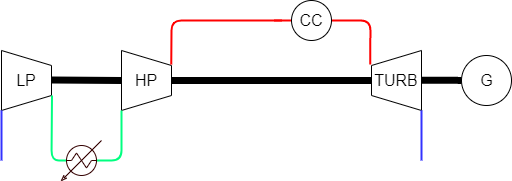
The draw.io diagram Chapitre_5/Images/IGT.png in Boreas3/TFE, before a commit. Source tidied: cells renumbered, new cells last; positions are measured from the earlier drawing's top-left corner, leaving out a move shared by most shapes. The source it was exported from:
```xml
<mxGraphModel>
  <root>
    <mxCell id="0" />
    <mxCell id="1" parent="0" />
    <mxCell id="2" style="verticalLabelPosition=bottom;align=center;dashed=0;html=1;verticalAlign=top;shape=mxgraph.pid.piping.concentric_reducer;" parent="1" vertex="1">
      <mxGeometry x="120" y="50" width="50" height="60" as="geometry" />
    </mxCell>
    <mxCell id="3" style="verticalLabelPosition=bottom;align=center;dashed=0;html=1;verticalAlign=top;shape=mxgraph.pid.piping.concentric_reducer;direction=west;" parent="1" vertex="1">
      <mxGeometry x="370" y="50" width="50" height="60" as="geometry" />
    </mxCell>
    <mxCell id="4" style="endArrow=none;html=1;strokeWidth=2;entryX=1.026;entryY=0.768;entryDx=0;entryDy=0;entryPerimeter=0;exitX=1;exitY=0.5;exitDx=0;exitDy=0;strokeColor=#FF0000;" parent="1" edge="1" target="3">
      <mxGeometry relative="1" as="geometry">
        <mxPoint x="330" y="20" as="sourcePoint" />
        <Array as="points">
          <mxPoint x="369" y="20" />
        </Array>
      </mxGeometry>
    </mxCell>
    <mxCell id="5" value="HP" style="text;html=1;strokeColor=none;fillColor=none;align=center;verticalAlign=middle;whiteSpace=wrap;rounded=0;fontSize=16;" parent="1" vertex="1">
      <mxGeometry x="125" y="70" width="40" height="20" as="geometry" />
    </mxCell>
    <mxCell id="6" value="TURB" style="text;html=1;strokeColor=none;fillColor=none;align=center;verticalAlign=middle;whiteSpace=wrap;rounded=0;fontSize=16;" parent="1" vertex="1">
      <mxGeometry x="375" y="70" width="40" height="20" as="geometry" />
    </mxCell>
    <mxCell id="7" style="endArrow=none;html=1;strokeWidth=2;strokeColor=#00FF80;exitX=0.876;exitY=0.5;exitDx=0;exitDy=0;exitPerimeter=0;" parent="1" edge="1">
      <mxGeometry relative="1" as="geometry">
        <mxPoint x="95" y="160" as="sourcePoint" />
        <mxPoint x="120" y="110" as="targetPoint" />
        <Array as="points">
          <mxPoint x="120" y="160" />
        </Array>
      </mxGeometry>
    </mxCell>
    <mxCell id="8" style="endArrow=none;html=1;strokeColor=#FF0000;strokeWidth=2;" parent="1" edge="1">
      <mxGeometry relative="1" as="geometry">
        <mxPoint x="273" y="20" as="sourcePoint" />
        <mxPoint x="290" y="20" as="targetPoint" />
      </mxGeometry>
    </mxCell>
    <mxCell id="9" style="endArrow=none;html=1;strokeWidth=2;entryX=1.026;entryY=0.768;entryDx=0;entryDy=0;entryPerimeter=0;strokeColor=#FF0000;" parent="1" edge="1">
      <mxGeometry relative="1" as="geometry">
        <mxPoint x="280" y="20" as="sourcePoint" />
        <mxPoint x="169.7" y="63.9" as="targetPoint" />
        <Array as="points">
          <mxPoint x="170" y="20" />
        </Array>
      </mxGeometry>
    </mxCell>
    <mxCell id="10" style="endArrow=none;html=1;exitX=1;exitY=0.5;exitDx=0;exitDy=0;exitPerimeter=0;entryX=1;entryY=0.5;entryDx=0;entryDy=0;entryPerimeter=0;jumpSize=6;strokeWidth=7;" parent="1" edge="1" source="2" target="3">
      <mxGeometry relative="1" as="geometry" />
    </mxCell>
    <mxCell id="11" value="G" style="dashed=0;align=center;html=1;shape=mxgraph.pid.engines.generator;fontSize=16;" parent="1" vertex="1">
      <mxGeometry x="460" y="55" width="50" height="50" as="geometry" />
    </mxCell>
    <mxCell id="12" style="endArrow=none;html=1;jumpSize=6;strokeWidth=7;" parent="1" edge="1">
      <mxGeometry relative="1" as="geometry">
        <mxPoint x="420" y="79.7" as="sourcePoint" />
        <mxPoint x="460" y="80" as="targetPoint" />
        <Array as="points">
          <mxPoint x="450" y="79.7" />
        </Array>
      </mxGeometry>
    </mxCell>
    <mxCell id="13" style="endArrow=none;html=1;strokeWidth=2;strokeColor=#3333FF;" parent="1" edge="1">
      <mxGeometry relative="1" as="geometry">
        <mxPoint x="420" y="160" as="sourcePoint" />
        <mxPoint x="420" y="110" as="targetPoint" />
      </mxGeometry>
    </mxCell>
    <mxCell id="14" style="verticalLabelPosition=bottom;align=center;dashed=0;html=1;verticalAlign=top;shape=mxgraph.pid.piping.concentric_reducer;" parent="1" vertex="1">
      <mxGeometry y="50" width="50" height="60" as="geometry" />
    </mxCell>
    <mxCell id="15" value="LP" style="text;html=1;strokeColor=none;fillColor=none;align=center;verticalAlign=middle;whiteSpace=wrap;rounded=0;fontSize=16;" parent="1" vertex="1">
      <mxGeometry x="5" y="70" width="40" height="20" as="geometry" />
    </mxCell>
    <mxCell id="16" style="endArrow=none;html=1;strokeWidth=2;strokeColor=#3333FF;" parent="1" edge="1">
      <mxGeometry relative="1" as="geometry">
        <mxPoint y="160" as="sourcePoint" />
        <mxPoint y="110" as="targetPoint" />
      </mxGeometry>
    </mxCell>
    <mxCell id="17" style="endArrow=none;html=1;strokeWidth=2;strokeColor=#00FF80;exitX=0.124;exitY=0.5;exitDx=0;exitDy=0;exitPerimeter=0;entryX=1.01;entryY=0.75;entryDx=0;entryDy=0;entryPerimeter=0;" parent="1" edge="1" target="14">
      <mxGeometry relative="1" as="geometry">
        <mxPoint x="65" y="160" as="sourcePoint" />
        <Array as="points">
          <mxPoint x="50" y="160" />
        </Array>
      </mxGeometry>
    </mxCell>
    <mxCell id="18" style="shape=mxgraph.pid.heat_exchangers.heater;html=1;align=center;verticalLabelPosition=bottom;verticalAlign=top;dashed=0;strokeColor=#330000;fontSize=16;" parent="1" vertex="1">
      <mxGeometry x="60" y="140" width="40" height="40" as="geometry" />
    </mxCell>
    <mxCell id="19" style="endArrow=none;html=1;exitX=1;exitY=0.5;exitDx=0;exitDy=0;exitPerimeter=0;jumpSize=6;strokeWidth=7;" parent="1" edge="1">
      <mxGeometry relative="1" as="geometry">
        <mxPoint x="50" y="79.5" as="sourcePoint" />
        <mxPoint x="120" y="80" as="targetPoint" />
      </mxGeometry>
    </mxCell>
    <mxCell id="20" style="ellipse;whiteSpace=wrap;html=1;" parent="1" vertex="1">
      <mxGeometry x="290" width="40" height="40" as="geometry" />
    </mxCell>
    <mxCell id="21" value="CC" style="text;html=1;strokeColor=none;fillColor=none;align=center;verticalAlign=middle;whiteSpace=wrap;rounded=0;fontSize=16;" parent="1" vertex="1">
      <mxGeometry x="290" y="10" width="40" height="20" as="geometry" />
    </mxCell>
  </root>
</mxGraphModel>
```
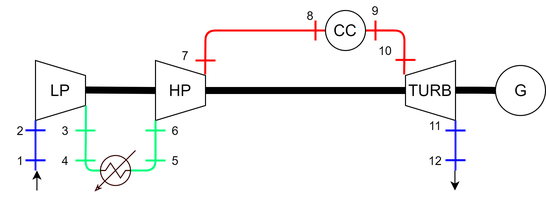
The same file after the commit.

Change to the diagram source:
```diff
@@ -102,5 +102,131 @@
     <mxCell id="21" value="CC" style="text;html=1;strokeColor=none;fillColor=none;align=center;verticalAlign=middle;whiteSpace=wrap;rounded=0;fontSize=16;" parent="1" vertex="1">
       <mxGeometry x="290" y="10" width="40" height="20" as="geometry" />
     </mxCell>
+    <mxCell id="22" style="endArrow=none;html=1;strokeColor=#0000FF;strokeWidth=2;" parent="1" edge="1">
+      <mxGeometry relative="1" as="geometry">
+        <mxPoint x="-10" y="149.8" as="sourcePoint" />
+        <mxPoint x="10" y="149.8" as="targetPoint" />
+        <Array as="points">
+          <mxPoint y="149.8" />
+        </Array>
+      </mxGeometry>
+    </mxCell>
+    <mxCell id="23" value="1" style="text;html=1;strokeColor=none;fillColor=none;align=center;verticalAlign=middle;whiteSpace=wrap;rounded=0;" parent="1" vertex="1">
+      <mxGeometry x="-35" y="140" width="40" height="20" as="geometry" />
+    </mxCell>
+    <mxCell id="24" style="endArrow=none;html=1;strokeColor=#0000FF;strokeWidth=2;" parent="1" edge="1">
+      <mxGeometry relative="1" as="geometry">
+        <mxPoint x="-10" y="119.8" as="sourcePoint" />
+        <mxPoint x="10" y="119.8" as="targetPoint" />
+        <Array as="points">
+          <mxPoint y="119.8" />
+        </Array>
+      </mxGeometry>
+    </mxCell>
+    <mxCell id="25" value="2" style="text;html=1;strokeColor=none;fillColor=none;align=center;verticalAlign=middle;whiteSpace=wrap;rounded=0;" parent="1" vertex="1">
+      <mxGeometry x="-35" y="110" width="40" height="20" as="geometry" />
+    </mxCell>
+    <mxCell id="26" style="endArrow=none;html=1;strokeColor=#00FF80;strokeWidth=2;" parent="1" edge="1">
+      <mxGeometry relative="1" as="geometry">
+        <mxPoint x="40" y="120" as="sourcePoint" />
+        <mxPoint x="60" y="120" as="targetPoint" />
+      </mxGeometry>
+    </mxCell>
+    <mxCell id="27" style="endArrow=none;html=1;strokeColor=#00FF80;strokeWidth=2;" parent="1" edge="1">
+      <mxGeometry relative="1" as="geometry">
+        <mxPoint x="40" y="150" as="sourcePoint" />
+        <mxPoint x="60" y="150" as="targetPoint" />
+      </mxGeometry>
+    </mxCell>
+    <mxCell id="28" style="endArrow=none;html=1;strokeColor=#00FF80;strokeWidth=2;" parent="1" edge="1">
+      <mxGeometry relative="1" as="geometry">
+        <mxPoint x="110" y="150" as="sourcePoint" />
+        <mxPoint x="130" y="150" as="targetPoint" />
+      </mxGeometry>
+    </mxCell>
+    <mxCell id="29" style="endArrow=none;html=1;strokeColor=#00FF80;strokeWidth=2;" parent="1" edge="1">
+      <mxGeometry relative="1" as="geometry">
+        <mxPoint x="110" y="120" as="sourcePoint" />
+        <mxPoint x="130" y="120" as="targetPoint" />
+      </mxGeometry>
+    </mxCell>
+    <mxCell id="30" value="3" style="text;html=1;strokeColor=none;fillColor=none;align=center;verticalAlign=middle;whiteSpace=wrap;rounded=0;" parent="1" vertex="1">
+      <mxGeometry x="10" y="110" width="40" height="20" as="geometry" />
+    </mxCell>
+    <mxCell id="31" value="4" style="text;html=1;strokeColor=none;fillColor=none;align=center;verticalAlign=middle;whiteSpace=wrap;rounded=0;" parent="1" vertex="1">
+      <mxGeometry x="10" y="140" width="40" height="20" as="geometry" />
+    </mxCell>
+    <mxCell id="32" value="5" style="text;html=1;strokeColor=none;fillColor=none;align=center;verticalAlign=middle;whiteSpace=wrap;rounded=0;" parent="1" vertex="1">
+      <mxGeometry x="120" y="140" width="40" height="20" as="geometry" />
+    </mxCell>
+    <mxCell id="33" value="6" style="text;html=1;strokeColor=none;fillColor=none;align=center;verticalAlign=middle;whiteSpace=wrap;rounded=0;" parent="1" vertex="1">
+      <mxGeometry x="120" y="110" width="40" height="20" as="geometry" />
+    </mxCell>
+    <mxCell id="34" style="endArrow=none;html=1;strokeColor=#FF0000;strokeWidth=2;" parent="1" edge="1">
+      <mxGeometry relative="1" as="geometry">
+        <mxPoint x="160" y="50" as="sourcePoint" />
+        <mxPoint x="180" y="50" as="targetPoint" />
+      </mxGeometry>
+    </mxCell>
+    <mxCell id="35" style="endArrow=none;html=1;strokeColor=#FF0000;strokeWidth=2;" parent="1" edge="1">
+      <mxGeometry relative="1" as="geometry">
+        <mxPoint x="280" y="10" as="sourcePoint" />
+        <mxPoint x="280" y="30" as="targetPoint" />
+      </mxGeometry>
+    </mxCell>
+    <mxCell id="36" value="7" style="text;html=1;strokeColor=none;fillColor=none;align=center;verticalAlign=middle;whiteSpace=wrap;rounded=0;" parent="1" vertex="1">
+      <mxGeometry x="130" y="35" width="40" height="20" as="geometry" />
+    </mxCell>
+    <mxCell id="37" value="8" style="text;html=1;strokeColor=none;fillColor=none;align=center;verticalAlign=middle;whiteSpace=wrap;rounded=0;" parent="1" vertex="1">
+      <mxGeometry x="255" y="-5" width="40" height="20" as="geometry" />
+    </mxCell>
+    <mxCell id="38" style="endArrow=none;html=1;strokeColor=#FF0000;strokeWidth=2;" parent="1" edge="1">
+      <mxGeometry relative="1" as="geometry">
+        <mxPoint x="340" y="10" as="sourcePoint" />
+        <mxPoint x="340" y="30" as="targetPoint" />
+      </mxGeometry>
+    </mxCell>
+    <mxCell id="39" style="endArrow=none;html=1;strokeColor=#FF0000;strokeWidth=2;" parent="1" edge="1">
+      <mxGeometry relative="1" as="geometry">
+        <mxPoint x="360" y="49.4" as="sourcePoint" />
+        <mxPoint x="380" y="49.4" as="targetPoint" />
+      </mxGeometry>
+    </mxCell>
+    <mxCell id="40" value="9" style="text;html=1;strokeColor=none;fillColor=none;align=center;verticalAlign=middle;whiteSpace=wrap;rounded=0;" parent="1" vertex="1">
+      <mxGeometry x="320" y="-10" width="40" height="20" as="geometry" />
+    </mxCell>
+    <mxCell id="41" value="10" style="text;html=1;strokeColor=none;fillColor=none;align=center;verticalAlign=middle;whiteSpace=wrap;rounded=0;" parent="1" vertex="1">
+      <mxGeometry x="330" y="30" width="40" height="20" as="geometry" />
+    </mxCell>
+    <mxCell id="42" style="endArrow=none;html=1;strokeColor=#0000FF;strokeWidth=2;" parent="1" edge="1">
+      <mxGeometry relative="1" as="geometry">
+        <mxPoint x="410" y="120" as="sourcePoint" />
+        <mxPoint x="430" y="120" as="targetPoint" />
+      </mxGeometry>
+    </mxCell>
+    <mxCell id="43" value="11" style="text;html=1;strokeColor=none;fillColor=none;align=center;verticalAlign=middle;whiteSpace=wrap;rounded=0;" parent="1" vertex="1">
+      <mxGeometry x="380" y="105" width="40" height="20" as="geometry" />
+    </mxCell>
+    <mxCell id="44" style="endArrow=none;html=1;strokeColor=#0000FF;strokeWidth=2;" parent="1" edge="1">
+      <mxGeometry relative="1" as="geometry">
+        <mxPoint x="410" y="149.7" as="sourcePoint" />
+        <mxPoint x="430" y="149.7" as="targetPoint" />
+      </mxGeometry>
+    </mxCell>
+    <mxCell id="45" value="12" style="text;html=1;strokeColor=none;fillColor=none;align=center;verticalAlign=middle;whiteSpace=wrap;rounded=0;" parent="1" vertex="1">
+      <mxGeometry x="380" y="140" width="40" height="20" as="geometry" />
+    </mxCell>
+    <mxCell id="46" style="endArrow=classic;html=1;" parent="1" edge="1">
+      <mxGeometry relative="1" as="geometry">
+        <mxPoint x="419.4" y="160" as="sourcePoint" />
+        <mxPoint x="419.4" y="180" as="targetPoint" />
+      </mxGeometry>
+    </mxCell>
+    <mxCell id="47" style="endArrow=classic;html=1;" parent="1" edge="1">
+      <mxGeometry relative="1" as="geometry">
+        <mxPoint x="1.4" y="180" as="sourcePoint" />
+        <mxPoint x="1.4" y="160" as="targetPoint" />
+      </mxGeometry>
+    </mxCell>
   </root>
 </mxGraphModel>
```
